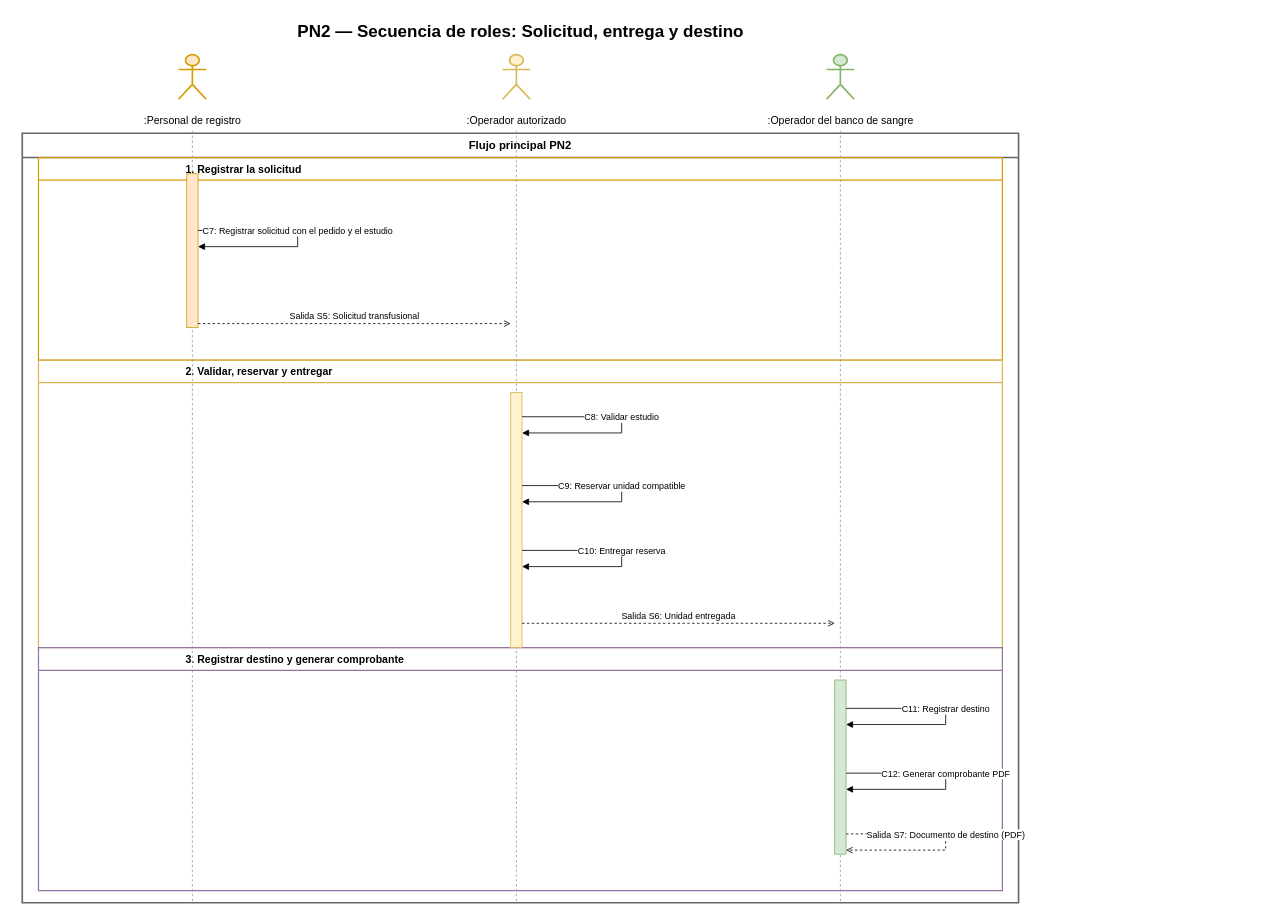
The draw.io diagram Diagramas/Secuencia de Roles/PN2_DiagramaSecuenciaRoles.drawio in juanNH/Ingenieria-de-Software, before the edit. Source tidied: cells renumbered, new cells numbered last; positions are measured from the earlier drawing's top-left corner, leaving out a move shared by most shapes. Both pictures are drawn from the tidied source at 81%, with x=0, y=0 at pixel (14, 14).
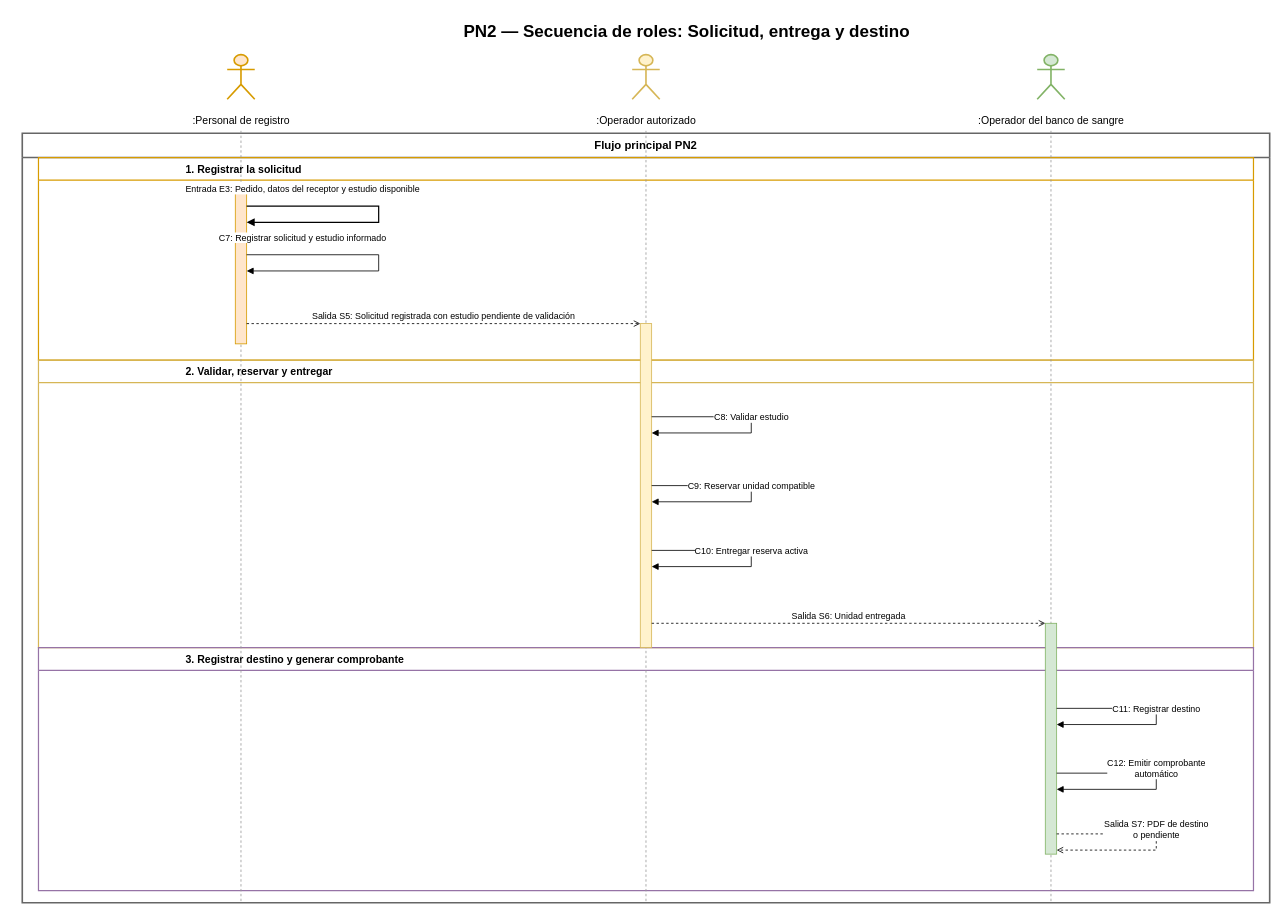
After the change.

Change to the diagram source:
```diff
@@
     <mxCell id="2" value="PN2 — Secuencia de roles: Solicitud, entrega y destino" style="text;html=1;strokeColor=none;fillColor=none;fontStyle=1;fontSize=21;align=center;verticalAlign=middle;fontFamily=Arial;" parent="1" vertex="1">
-      <mxGeometry width="1250" height="42" as="geometry" />
+      <mxGeometry x="130" width="1400" height="42" as="geometry" />
     </mxCell>
     <mxCell id="3" value="Flujo principal PN2" style="swimlane;startSize=30;horizontal=1;whiteSpace=wrap;html=1;fillColor=none;strokeColor=#666666;strokeWidth=2;fontStyle=1;fontSize=14;fontFamily=Arial;" parent="1" vertex="1">
-      <mxGeometry x="10" y="147" width="1230" height="950" as="geometry" />
+      <mxGeometry x="10" y="147" width="1540" height="950" as="geometry" />
     </mxCell>
     <mxCell id="4" value="1. Registrar la solicitud" style="swimlane;startSize=28;horizontal=1;whiteSpace=wrap;html=1;fillColor=none;strokeColor=#d79b00;strokeWidth=1.5;fontStyle=1;fontSize=13;fontFamily=Arial;align=left;spacingLeft=180;" parent="1" vertex="1">
-      <mxGeometry x="30" y="177" width="1190" height="250" as="geometry" />
+      <mxGeometry x="30" y="177" width="1500" height="250" as="geometry" />
     </mxCell>
     <mxCell id="5" value="2. Validar, reservar y entregar" style="swimlane;startSize=28;horizontal=1;whiteSpace=wrap;html=1;fillColor=none;strokeColor=#d6b656;strokeWidth=1.5;fontStyle=1;fontSize=13;fontFamily=Arial;align=left;spacingLeft=180;" parent="1" vertex="1">
-      <mxGeometry x="30" y="427" width="1190" height="355" as="geometry" />
+      <mxGeometry x="30" y="427" width="1500" height="355" as="geometry" />
     </mxCell>
     <mxCell id="6" value="3. Registrar destino y generar comprobante" style="swimlane;startSize=28;horizontal=1;whiteSpace=wrap;html=1;fillColor=none;strokeColor=#9673a6;strokeWidth=1.5;fontStyle=1;fontSize=13;fontFamily=Arial;align=left;spacingLeft=180;" parent="1" vertex="1">
-      <mxGeometry x="30" y="782" width="1190" height="300" as="geometry" />
+      <mxGeometry x="30" y="782" width="1500" height="300" as="geometry" />
     </mxCell>
     <mxCell id="7" style="shape=umlActor;html=1;fillColor=#ffe6cc;strokeColor=#d79b00;strokeWidth=2;" parent="1" vertex="1">
-      <mxGeometry x="203" y="50" width="34" height="55" as="geometry" />
+      <mxGeometry x="263" y="50" width="34" height="55" as="geometry" />
     </mxCell>
     <mxCell id="8" style="shape=umlActor;html=1;fillColor=#fff2cc;strokeColor=#d6b656;strokeWidth=2;" parent="1" vertex="1">
-      <mxGeometry x="603" y="50" width="34" height="55" as="geometry" />
+      <mxGeometry x="763" y="50" width="34" height="55" as="geometry" />
     </mxCell>
     <mxCell id="9" style="shape=umlActor;html=1;fillColor=#d5e8d4;strokeColor=#82b366;strokeWidth=2;" parent="1" vertex="1">
-      <mxGeometry x="1003" y="50" width="34" height="55" as="geometry" />
+      <mxGeometry x="1263" y="50" width="34" height="55" as="geometry" />
     </mxCell>
     <mxCell id="10" value=":Personal de registro" style="text;html=1;strokeColor=none;fillColor=none;fontSize=13;fontFamily=Arial;align=center;verticalAlign=middle;" parent="1" vertex="1">
-      <mxGeometry x="115" y="118" width="210" height="26" as="geometry" />
+      <mxGeometry x="175" y="118" width="210" height="26" as="geometry" />
     </mxCell>
     <mxCell id="11" value=":Operador autorizado" style="text;html=1;strokeColor=none;fillColor=none;fontSize=13;fontFamily=Arial;align=center;verticalAlign=middle;" parent="1" vertex="1">
-      <mxGeometry x="525" y="118" width="190" height="26" as="geometry" />
+      <mxGeometry x="685" y="118" width="190" height="26" as="geometry" />
     </mxCell>
     <mxCell id="12" value=":Operador del banco de sangre" style="text;html=1;strokeColor=none;fillColor=none;fontSize=13;fontFamily=Arial;align=center;verticalAlign=middle;" parent="1" vertex="1">
-      <mxGeometry x="910" y="118" width="220" height="26" as="geometry" />
+      <mxGeometry x="1170" y="118" width="220" height="26" as="geometry" />
     </mxCell>
     <mxCell id="13" style="endArrow=none;dashed=1;html=1;strokeColor=#999999;" parent="1" edge="1">
       <mxGeometry relative="1" as="geometry">
-        <mxPoint x="220" y="144" as="sourcePoint" />
-        <mxPoint x="220" y="1097" as="targetPoint" />
+        <mxPoint x="280" y="144" as="sourcePoint" />
+        <mxPoint x="280" y="1097" as="targetPoint" />
       </mxGeometry>
     </mxCell>
     <mxCell id="14" style="endArrow=none;dashed=1;html=1;strokeColor=#999999;" parent="1" edge="1">
       <mxGeometry relative="1" as="geometry">
-        <mxPoint x="620" y="144" as="sourcePoint" />
-        <mxPoint x="620" y="1097" as="targetPoint" />
+        <mxPoint x="780" y="144" as="sourcePoint" />
+        <mxPoint x="780" y="1097" as="targetPoint" />
       </mxGeometry>
     </mxCell>
     <mxCell id="15" style="endArrow=none;dashed=1;html=1;strokeColor=#999999;" parent="1" edge="1">
       <mxGeometry relative="1" as="geometry">
-        <mxPoint x="1020" y="144" as="sourcePoint" />
-        <mxPoint x="1020" y="1097" as="targetPoint" />
+        <mxPoint x="1280" y="144" as="sourcePoint" />
+        <mxPoint x="1280" y="1097" as="targetPoint" />
       </mxGeometry>
     </mxCell>
     <mxCell id="16" style="rounded=0;whiteSpace=wrap;html=1;fillColor=#fff2cc;strokeColor=#d6b656;" parent="1" vertex="1">
-      <mxGeometry x="613" y="467" width="14" height="315" as="geometry" />
+      <mxGeometry x="773" y="382" width="14" height="400" as="geometry" />
     </mxCell>
     <mxCell id="17" style="rounded=0;whiteSpace=wrap;html=1;fillColor=#d5e8d4;strokeColor=#82b366;" parent="1" vertex="1">
-      <mxGeometry x="1013" y="822" width="14" height="215" as="geometry" />
+      <mxGeometry x="1273" y="752" width="14" height="285" as="geometry" />
     </mxCell>
     <mxCell id="18" style="rounded=0;whiteSpace=wrap;html=1;fillColor=#ffe6cc;strokeColor=#d79b00;" parent="1" vertex="1">
-      <mxGeometry x="213" y="197" width="14" height="190" as="geometry" />
+      <mxGeometry x="273" y="217" width="14" height="190" as="geometry" />
     </mxCell>
+    <mxCell id="28" value="Entrada E3: Pedido, datos del receptor y estudio disponible" style="endArrow=block;endFill=1;strokeColor=#000000;strokeWidth=1.5;html=1;rounded=0;fontSize=11;fontFamily=Arial;labelBackgroundColor=#ffffff;verticalLabelPosition=top;verticalAlign=bottom;" parent="1" edge="1">
+      <mxGeometry x="-0.6" relative="1" as="geometry">
+        <mxPoint x="287" y="237" as="sourcePoint" />
+        <mxPoint x="287" y="257" as="targetPoint" />
+        <Array as="points">
+          <mxPoint x="450" y="237" />
+          <mxPoint x="450" y="257" />
+        </Array>
+        <mxPoint y="-12" as="offset" />
+      </mxGeometry>
+    </mxCell>
-    <mxCell id="19" value="C7: Registrar solicitud con el pedido y el estudio" style="endArrow=block;html=1;rounded=0;fontSize=11;fontFamily=Arial;labelBackgroundColor=#ffffff;verticalLabelPosition=top;verticalAlign=bottom;" parent="1" edge="1">
-      <mxGeometry relative="1" as="geometry">
-        <mxPoint x="227" y="267" as="sourcePoint" />
-        <mxPoint x="227" y="287" as="targetPoint" />
+    <mxCell id="19" value="C7: Registrar solicitud y estudio informado" style="endArrow=block;html=1;rounded=0;fontSize=11;fontFamily=Arial;labelBackgroundColor=#ffffff;verticalLabelPosition=top;verticalAlign=bottom;" parent="1" edge="1">
+      <mxGeometry x="-0.6" relative="1" as="geometry">
+        <mxPoint x="287" y="297" as="sourcePoint" />
+        <mxPoint x="287" y="317" as="targetPoint" />
         <Array as="points">
-          <mxPoint x="350" y="267" />
-          <mxPoint x="350" y="287" />
+          <mxPoint x="450" y="297" />
+          <mxPoint x="450" y="317" />
         </Array>
+        <mxPoint y="-12" as="offset" />
       </mxGeometry>
     </mxCell>
-    <mxCell id="20" value="Salida S5: Solicitud transfusional" style="endArrow=open;endFill=0;html=1;rounded=0;dashed=1;fontSize=11;fontFamily=Arial;labelBackgroundColor=#ffffff;verticalLabelPosition=top;verticalAlign=bottom;" parent="1" edge="1">
+    <mxCell id="20" value="Salida S5: Solicitud registrada con estudio pendiente de validación" style="endArrow=open;endFill=0;html=1;rounded=0;dashed=1;fontSize=11;fontFamily=Arial;labelBackgroundColor=#ffffff;verticalLabelPosition=top;verticalAlign=bottom;" parent="1" edge="1">
       <mxGeometry relative="1" as="geometry">
-        <mxPoint x="227" y="382" as="sourcePoint" />
-        <mxPoint x="613" y="382" as="targetPoint" />
+        <mxPoint x="287" y="382" as="sourcePoint" />
+        <mxPoint x="773" y="382" as="targetPoint" />
       </mxGeometry>
     </mxCell>
     <mxCell id="21" value="C8: Validar estudio" style="endArrow=block;html=1;rounded=0;fontSize=11;fontFamily=Arial;labelBackgroundColor=#ffffff;verticalLabelPosition=top;verticalAlign=bottom;" parent="1" edge="1">
       <mxGeometry relative="1" as="geometry">
-        <mxPoint x="627" y="497" as="sourcePoint" />
-        <mxPoint x="627" y="517" as="targetPoint" />
+        <mxPoint x="787" y="497" as="sourcePoint" />
+        <mxPoint x="787" y="517" as="targetPoint" />
         <Array as="points">
-          <mxPoint x="750" y="497" />
-          <mxPoint x="750" y="517" />
+          <mxPoint x="910" y="497" />
+          <mxPoint x="910" y="517" />
         </Array>
       </mxGeometry>
     </mxCell>
     <mxCell id="22" value="C9: Reservar unidad compatible" style="endArrow=block;html=1;rounded=0;fontSize=11;fontFamily=Arial;labelBackgroundColor=#ffffff;verticalLabelPosition=top;verticalAlign=bottom;" parent="1" edge="1">
       <mxGeometry relative="1" as="geometry">
-        <mxPoint x="627" y="582" as="sourcePoint" />
-        <mxPoint x="627" y="602" as="targetPoint" />
+        <mxPoint x="787" y="582" as="sourcePoint" />
+        <mxPoint x="787" y="602" as="targetPoint" />
         <Array as="points">
-          <mxPoint x="750" y="582" />
-          <mxPoint x="750" y="602" />
+          <mxPoint x="910" y="582" />
+          <mxPoint x="910" y="602" />
         </Array>
       </mxGeometry>
     </mxCell>
-    <mxCell id="23" value="C10: Entregar reserva" style="endArrow=block;html=1;rounded=0;fontSize=11;fontFamily=Arial;labelBackgroundColor=#ffffff;verticalLabelPosition=top;verticalAlign=bottom;" parent="1" edge="1">
+    <mxCell id="23" value="C10: Entregar reserva activa" style="endArrow=block;html=1;rounded=0;fontSize=11;fontFamily=Arial;labelBackgroundColor=#ffffff;verticalLabelPosition=top;verticalAlign=bottom;" parent="1" edge="1">
       <mxGeometry relative="1" as="geometry">
-        <mxPoint x="627" y="662" as="sourcePoint" />
-        <mxPoint x="627" y="682" as="targetPoint" />
+        <mxPoint x="787" y="662" as="sourcePoint" />
+        <mxPoint x="787" y="682" as="targetPoint" />
         <Array as="points">
-          <mxPoint x="750" y="662" />
-          <mxPoint x="750" y="682" />
+          <mxPoint x="910" y="662" />
+          <mxPoint x="910" y="682" />
         </Array>
       </mxGeometry>
     </mxCell>
     <mxCell id="24" value="Salida S6: Unidad entregada" style="endArrow=open;endFill=0;html=1;rounded=0;dashed=1;fontSize=11;fontFamily=Arial;labelBackgroundColor=#ffffff;verticalLabelPosition=top;verticalAlign=bottom;" parent="1" edge="1">
       <mxGeometry relative="1" as="geometry">
-        <mxPoint x="627" y="752" as="sourcePoint" />
-        <mxPoint x="1013" y="752" as="targetPoint" />
+        <mxPoint x="787" y="752" as="sourcePoint" />
+        <mxPoint x="1273" y="752" as="targetPoint" />
       </mxGeometry>
     </mxCell>
     <mxCell id="25" value="C11: Registrar destino" style="endArrow=block;html=1;rounded=0;fontSize=11;fontFamily=Arial;labelBackgroundColor=#ffffff;verticalLabelPosition=top;verticalAlign=bottom;" parent="1" edge="1">
       <mxGeometry relative="1" as="geometry">
-        <mxPoint x="1027" y="857" as="sourcePoint" />
-        <mxPoint x="1027" y="877" as="targetPoint" />
+        <mxPoint x="1287" y="857" as="sourcePoint" />
+        <mxPoint x="1287" y="877" as="targetPoint" />
         <Array as="points">
-          <mxPoint x="1150" y="857" />
-          <mxPoint x="1150" y="877" />
+          <mxPoint x="1410" y="857" />
+          <mxPoint x="1410" y="877" />
         </Array>
       </mxGeometry>
     </mxCell>
-    <mxCell id="26" value="C12: Generar comprobante PDF" style="endArrow=block;html=1;rounded=0;fontSize=11;fontFamily=Arial;labelBackgroundColor=#ffffff;verticalLabelPosition=top;verticalAlign=bottom;" parent="1" edge="1">
+    <mxCell id="26" value="C12: Emitir comprobante&lt;br&gt;automático" style="endArrow=block;html=1;rounded=0;fontSize=11;fontFamily=Arial;labelBackgroundColor=#ffffff;verticalLabelPosition=top;verticalAlign=bottom;" parent="1" edge="1">
       <mxGeometry relative="1" as="geometry">
-        <mxPoint x="1027" y="937" as="sourcePoint" />
-        <mxPoint x="1027" y="957" as="targetPoint" />
+        <mxPoint x="1287" y="937" as="sourcePoint" />
+        <mxPoint x="1287" y="957" as="targetPoint" />
         <Array as="points">
-          <mxPoint x="1150" y="937" />
-          <mxPoint x="1150" y="957" />
+          <mxPoint x="1410" y="937" />
+          <mxPoint x="1410" y="957" />
         </Array>
       </mxGeometry>
     </mxCell>
-    <mxCell id="27" value="Salida S7: Documento de destino (PDF)" style="endArrow=open;endFill=0;html=1;rounded=0;dashed=1;fontSize=11;fontFamily=Arial;labelBackgroundColor=#ffffff;verticalLabelPosition=top;verticalAlign=bottom;" parent="1" edge="1">
+    <mxCell id="27" value="Salida S7: PDF de destino&lt;br&gt;o pendiente" style="endArrow=open;endFill=0;html=1;rounded=0;dashed=1;fontSize=11;fontFamily=Arial;labelBackgroundColor=#ffffff;verticalLabelPosition=top;verticalAlign=bottom;" parent="1" edge="1">
       <mxGeometry relative="1" as="geometry">
-        <mxPoint x="1027" y="1012" as="sourcePoint" />
-        <mxPoint x="1027" y="1032" as="targetPoint" />
+        <mxPoint x="1287" y="1012" as="sourcePoint" />
+        <mxPoint x="1287" y="1032" as="targetPoint" />
         <Array as="points">
-          <mxPoint x="1150" y="1012" />
-          <mxPoint x="1150" y="1032" />
+          <mxPoint x="1410" y="1012" />
+          <mxPoint x="1410" y="1032" />
         </Array>
       </mxGeometry>
     </mxCell>
```
